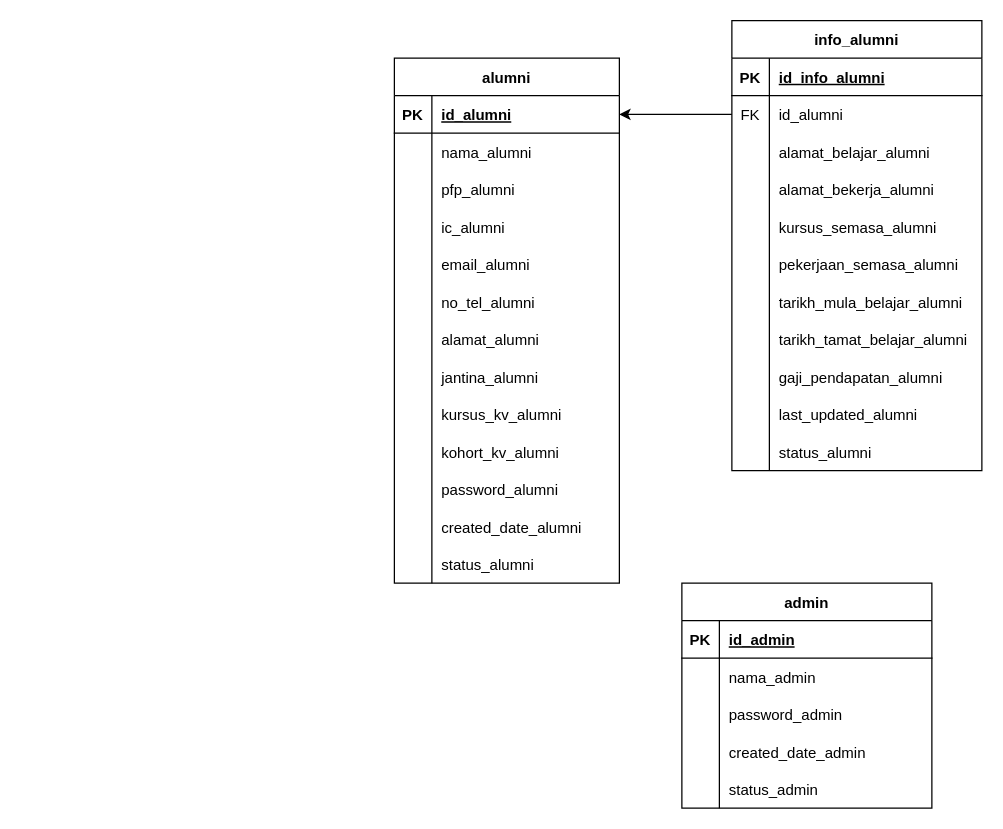
This is documentation/erd.drawio from MuizzIsZynV22/E-SistemJejakAlumni, a draw.io file, before an edit. Source tidied: cells renumbered, new cells numbered last; positions are measured from the earlier drawing's top-left corner, leaving out a move shared by most shapes. Both pictures are drawn from the tidied source at 125%, with x=0, y=0 at pixel (394, 20).
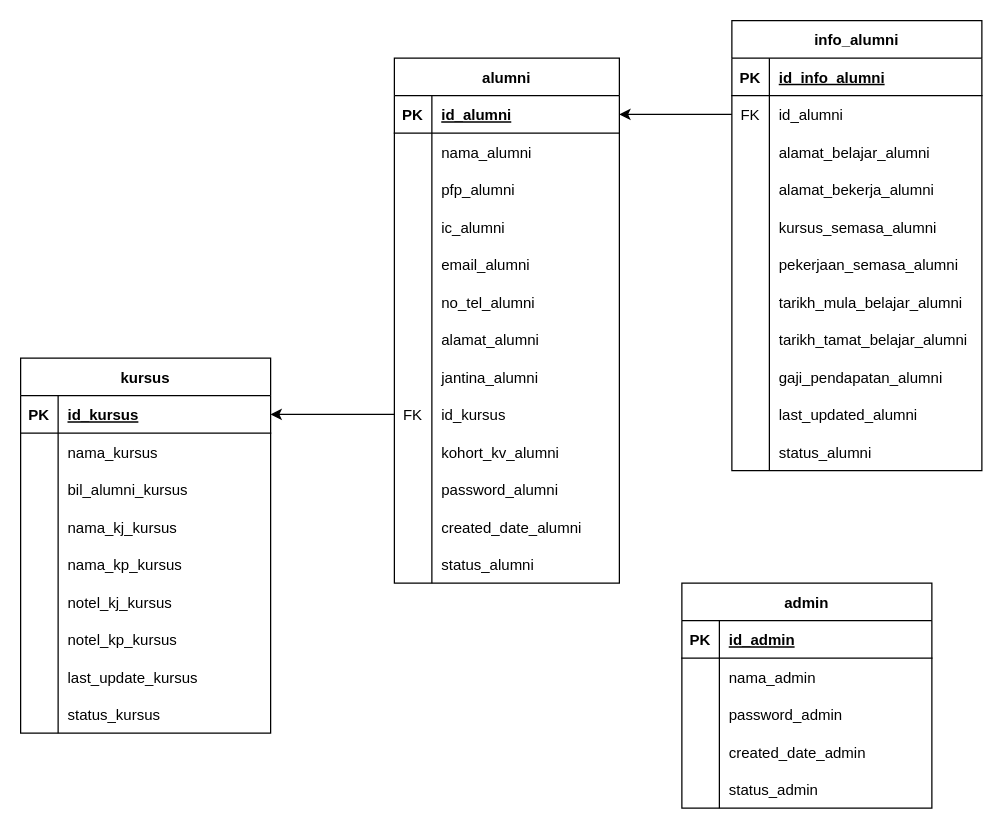
After the change.

The change refers to these unchanged cells:
```xml
<mxCell id="27" style="shape=tableRow;horizontal=0;startSize=0;swimlaneHead=0;swimlaneBody=0;fillColor=none;points=[[0,0.5],[1,0.5]];portConstraint=eastwest;top=0;left=0;right=0;bottom=0;" parent="2" vertex="1">
  <mxGeometry y="270" width="180" height="30" as="geometry" />
</mxCell>
```

Change to the diagram source:
```diff
@@
-    <mxCell id="28" style="shape=partialRectangle;fillColor=none;top=0;left=0;bottom=0;right=0;overflow=hidden;" parent="27" vertex="1">
+    <mxCell id="28" value="FK" style="shape=partialRectangle;fillColor=none;top=0;left=0;bottom=0;right=0;overflow=hidden;" parent="27" vertex="1">
       <mxGeometry width="30" height="30" as="geometry" />
     </mxCell>
-    <mxCell id="29" value="kursus_kv_alumni" style="shape=partialRectangle;fillColor=none;top=0;left=0;bottom=0;right=0;align=left;spacingLeft=6;overflow=hidden;" parent="27" vertex="1">
+    <mxCell id="29" value="id_kursus" style="shape=partialRectangle;fillColor=none;top=0;left=0;bottom=0;right=0;align=left;spacingLeft=6;overflow=hidden;" parent="27" vertex="1">
       <mxGeometry x="30" width="150" height="30" as="geometry" />
     </mxCell>
@@
+    <mxCell id="93" value="kursus" style="shape=table;startSize=30;childLayout=tableLayout;rowLines=0;fontStyle=1;align=center;" parent="1" vertex="1">
+      <mxGeometry x="-299" y="270" width="200" height="300" as="geometry" />
+    </mxCell>
+    <mxCell id="94" style="shape=tableRow;horizontal=0;startSize=0;swimlaneHead=0;swimlaneBody=0;fillColor=none;points=[[0,0.5],[1,0.5]];portConstraint=eastwest;top=0;left=0;right=0;bottom=1;" parent="93" vertex="1">
+      <mxGeometry y="30" width="200" height="30" as="geometry" />
+    </mxCell>
+    <mxCell id="95" value="PK" style="shape=partialRectangle;fillColor=none;top=0;left=0;bottom=0;right=0;fontStyle=1;overflow=hidden;" parent="94" vertex="1">
+      <mxGeometry width="30" height="30" as="geometry" />
+    </mxCell>
+    <mxCell id="96" value="id_kursus" style="shape=partialRectangle;fillColor=none;top=0;left=0;bottom=0;right=0;align=left;spacingLeft=6;fontStyle=5;overflow=hidden;" parent="94" vertex="1">
+      <mxGeometry x="30" width="170" height="30" as="geometry" />
+    </mxCell>
+    <mxCell id="97" style="shape=tableRow;horizontal=0;startSize=0;swimlaneHead=0;swimlaneBody=0;fillColor=none;top=0;left=0;right=0;bottom=0;" parent="93" vertex="1">
+      <mxGeometry y="60" width="200" height="30" as="geometry" />
+    </mxCell>
+    <mxCell id="98" style="shape=partialRectangle;fillColor=none;top=0;left=0;bottom=0;right=0;overflow=hidden;" parent="97" vertex="1">
+      <mxGeometry width="30" height="30" as="geometry" />
+    </mxCell>
+    <mxCell id="99" value="nama_kursus" style="shape=partialRectangle;fillColor=none;top=0;left=0;bottom=0;right=0;align=left;spacingLeft=6;overflow=hidden;" parent="97" vertex="1">
+      <mxGeometry x="30" width="170" height="30" as="geometry" />
+    </mxCell>
+    <mxCell id="100" style="shape=tableRow;horizontal=0;startSize=0;swimlaneHead=0;swimlaneBody=0;fillColor=none;top=0;left=0;right=0;bottom=0;" parent="93" vertex="1">
+      <mxGeometry y="90" width="200" height="30" as="geometry" />
+    </mxCell>
+    <mxCell id="101" style="shape=partialRectangle;fillColor=none;top=0;left=0;bottom=0;right=0;overflow=hidden;" parent="100" vertex="1">
+      <mxGeometry width="30" height="30" as="geometry" />
+    </mxCell>
+    <mxCell id="102" value="bil_alumni_kursus" style="shape=partialRectangle;fillColor=none;top=0;left=0;bottom=0;right=0;align=left;spacingLeft=6;overflow=hidden;" parent="100" vertex="1">
+      <mxGeometry x="30" width="170" height="30" as="geometry" />
+    </mxCell>
+    <mxCell id="103" style="shape=tableRow;horizontal=0;startSize=0;swimlaneHead=0;swimlaneBody=0;fillColor=none;top=0;left=0;right=0;bottom=0;" parent="93" vertex="1">
+      <mxGeometry y="120" width="200" height="30" as="geometry" />
+    </mxCell>
+    <mxCell id="104" style="shape=partialRectangle;fillColor=none;top=0;left=0;bottom=0;right=0;overflow=hidden;" parent="103" vertex="1">
+      <mxGeometry width="30" height="30" as="geometry" />
+    </mxCell>
+    <mxCell id="105" value="nama_kj_kursus" style="shape=partialRectangle;fillColor=none;top=0;left=0;bottom=0;right=0;align=left;spacingLeft=6;overflow=hidden;" parent="103" vertex="1">
+      <mxGeometry x="30" width="170" height="30" as="geometry" />
+    </mxCell>
+    <mxCell id="106" style="shape=tableRow;horizontal=0;startSize=0;swimlaneHead=0;swimlaneBody=0;fillColor=none;top=0;left=0;right=0;bottom=0;" parent="93" vertex="1">
+      <mxGeometry y="150" width="200" height="30" as="geometry" />
+    </mxCell>
+    <mxCell id="107" style="shape=partialRectangle;fillColor=none;top=0;left=0;bottom=0;right=0;overflow=hidden;" parent="106" vertex="1">
+      <mxGeometry width="30" height="30" as="geometry" />
+    </mxCell>
+    <mxCell id="108" value="nama_kp_kursus" style="shape=partialRectangle;fillColor=none;top=0;left=0;bottom=0;right=0;align=left;spacingLeft=6;overflow=hidden;" parent="106" vertex="1">
+      <mxGeometry x="30" width="170" height="30" as="geometry" />
+    </mxCell>
+    <mxCell id="109" style="shape=tableRow;horizontal=0;startSize=0;swimlaneHead=0;swimlaneBody=0;fillColor=none;top=0;left=0;right=0;bottom=0;" parent="93" vertex="1">
+      <mxGeometry y="180" width="200" height="30" as="geometry" />
+    </mxCell>
+    <mxCell id="110" style="shape=partialRectangle;fillColor=none;top=0;left=0;bottom=0;right=0;overflow=hidden;" parent="109" vertex="1">
+      <mxGeometry width="30" height="30" as="geometry" />
+    </mxCell>
+    <mxCell id="111" value="notel_kj_kursus" style="shape=partialRectangle;fillColor=none;top=0;left=0;bottom=0;right=0;align=left;spacingLeft=6;overflow=hidden;" parent="109" vertex="1">
+      <mxGeometry x="30" width="170" height="30" as="geometry" />
+    </mxCell>
+    <mxCell id="112" style="shape=tableRow;horizontal=0;startSize=0;swimlaneHead=0;swimlaneBody=0;fillColor=none;top=0;left=0;right=0;bottom=0;" parent="93" vertex="1">
+      <mxGeometry y="210" width="200" height="30" as="geometry" />
+    </mxCell>
+    <mxCell id="113" style="shape=partialRectangle;fillColor=none;top=0;left=0;bottom=0;right=0;overflow=hidden;" parent="112" vertex="1">
+      <mxGeometry width="30" height="30" as="geometry" />
+    </mxCell>
+    <mxCell id="114" value="notel_kp_kursus" style="shape=partialRectangle;fillColor=none;top=0;left=0;bottom=0;right=0;align=left;spacingLeft=6;overflow=hidden;" parent="112" vertex="1">
+      <mxGeometry x="30" width="170" height="30" as="geometry" />
+    </mxCell>
+    <mxCell id="115" style="shape=tableRow;horizontal=0;startSize=0;swimlaneHead=0;swimlaneBody=0;fillColor=none;top=0;left=0;right=0;bottom=0;" parent="93" vertex="1">
+      <mxGeometry y="240" width="200" height="30" as="geometry" />
+    </mxCell>
+    <mxCell id="116" style="shape=partialRectangle;fillColor=none;top=0;left=0;bottom=0;right=0;overflow=hidden;" parent="115" vertex="1">
+      <mxGeometry width="30" height="30" as="geometry" />
+    </mxCell>
+    <mxCell id="117" value="last_update_kursus" style="shape=partialRectangle;fillColor=none;top=0;left=0;bottom=0;right=0;align=left;spacingLeft=6;overflow=hidden;" parent="115" vertex="1">
+      <mxGeometry x="30" width="170" height="30" as="geometry" />
+    </mxCell>
+    <mxCell id="118" style="shape=tableRow;horizontal=0;startSize=0;swimlaneHead=0;swimlaneBody=0;fillColor=none;top=0;left=0;right=0;bottom=0;" parent="93" vertex="1">
+      <mxGeometry y="270" width="200" height="30" as="geometry" />
+    </mxCell>
+    <mxCell id="119" style="shape=partialRectangle;fillColor=none;top=0;left=0;bottom=0;right=0;overflow=hidden;" parent="118" vertex="1">
+      <mxGeometry width="30" height="30" as="geometry" />
+    </mxCell>
+    <mxCell id="120" value="status_kursus" style="shape=partialRectangle;fillColor=none;top=0;left=0;bottom=0;right=0;align=left;spacingLeft=6;overflow=hidden;" parent="118" vertex="1">
+      <mxGeometry x="30" width="170" height="30" as="geometry" />
+    </mxCell>
+    <mxCell id="121" style="edgeStyle=none;html=1;exitX=0;exitY=0.5;exitDx=0;exitDy=0;entryX=1;entryY=0.5;entryDx=0;entryDy=0;" parent="1" edge="1" source="27" target="94">
+      <mxGeometry relative="1" as="geometry" />
+    </mxCell>
```
